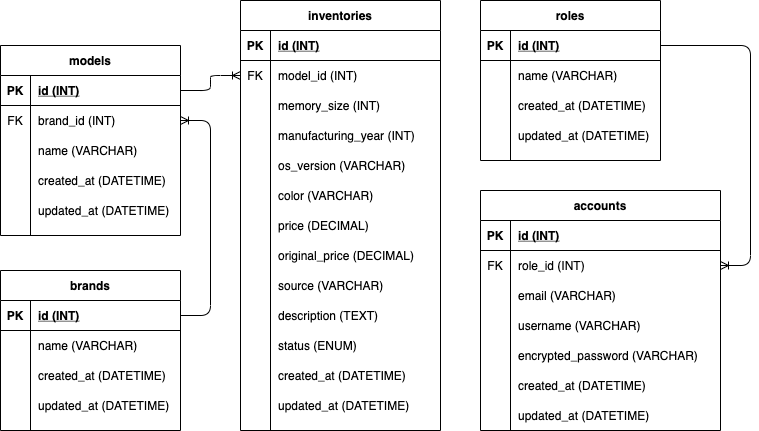
Before: docs/phone_shop_DB.png, a diagram exported from draw.io (ysoseriouz/phone_shop). Source tidied: cells renumbered, new cells last; positions are measured from the earlier drawing's top-left corner, leaving out a move shared by most shapes.
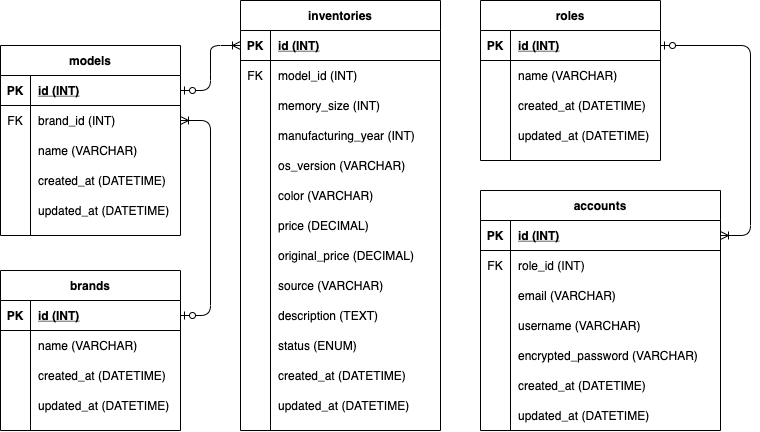
Above is the later version.

Commit message:
Fix ERD cardinality

Change to the diagram source:
```diff
@@ -314,14 +314,14 @@
     <mxCell id="105" value="updated_at (DATETIME)" style="shape=partialRectangle;fillColor=none;top=0;left=0;bottom=0;right=0;align=left;spacingLeft=6;overflow=hidden;" parent="103" vertex="1">
       <mxGeometry x="30" width="210" height="30" as="geometry" />
     </mxCell>
-    <mxCell id="106" style="edgeStyle=entityRelationEdgeStyle;fontSize=12;html=1;endArrow=ERoneToMany;" parent="1" edge="1" source="16" target="72">
+    <mxCell id="106" style="edgeStyle=entityRelationEdgeStyle;fontSize=12;html=1;endArrow=ERoneToMany;startArrow=ERzeroToOne;entryX=1;entryY=0.5;entryDx=0;entryDy=0;exitX=1;exitY=0.5;exitDx=0;exitDy=0;" parent="1" edge="1" source="16" target="72">
       <mxGeometry relative="1" as="geometry" />
     </mxCell>
-    <mxCell id="107" style="edgeStyle=entityRelationEdgeStyle;fontSize=12;html=1;endArrow=ERoneToMany;" parent="1" edge="1" source="69" target="32">
-      <mxGeometry relative="1" as="geometry" />
-    </mxCell>
-    <mxCell id="108" style="edgeStyle=entityRelationEdgeStyle;fontSize=12;html=1;endArrow=ERoneToMany;exitX=1;exitY=0.5;exitDx=0;exitDy=0;" parent="1" edge="1" source="3" target="88">
-      <mxGeometry relative="1" as="geometry" />
-    </mxCell>
+    <mxCell id="109" style="edgeStyle=entityRelationEdgeStyle;fontSize=12;html=1;endArrow=ERoneToMany;startArrow=ERzeroToOne;" parent="1" edge="1" source="69" target="29">
+      <mxGeometry relative="1" as="geometry" />
+    </mxCell>
+    <mxCell id="110" style="edgeStyle=entityRelationEdgeStyle;fontSize=12;html=1;endArrow=ERoneToMany;startArrow=ERzeroToOne;" parent="1" edge="1" source="3" target="85">
+      <mxGeometry relative="1" as="geometry" />
+    </mxCell>
   </root>
 </mxGraphModel>
```
